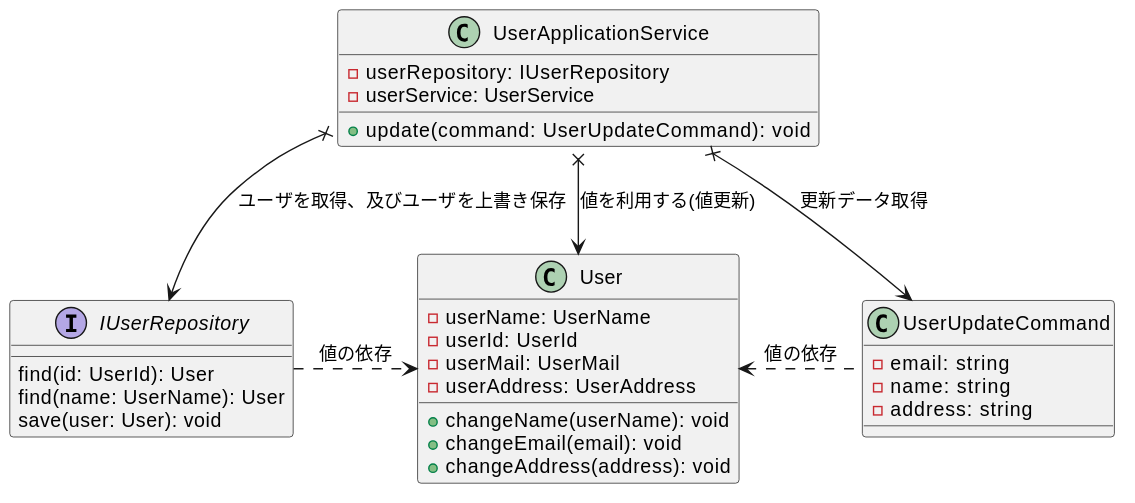
Above: diagrams/ch06-update-user.svg in Yuki-TU/ddd (PlantUML), before the change.
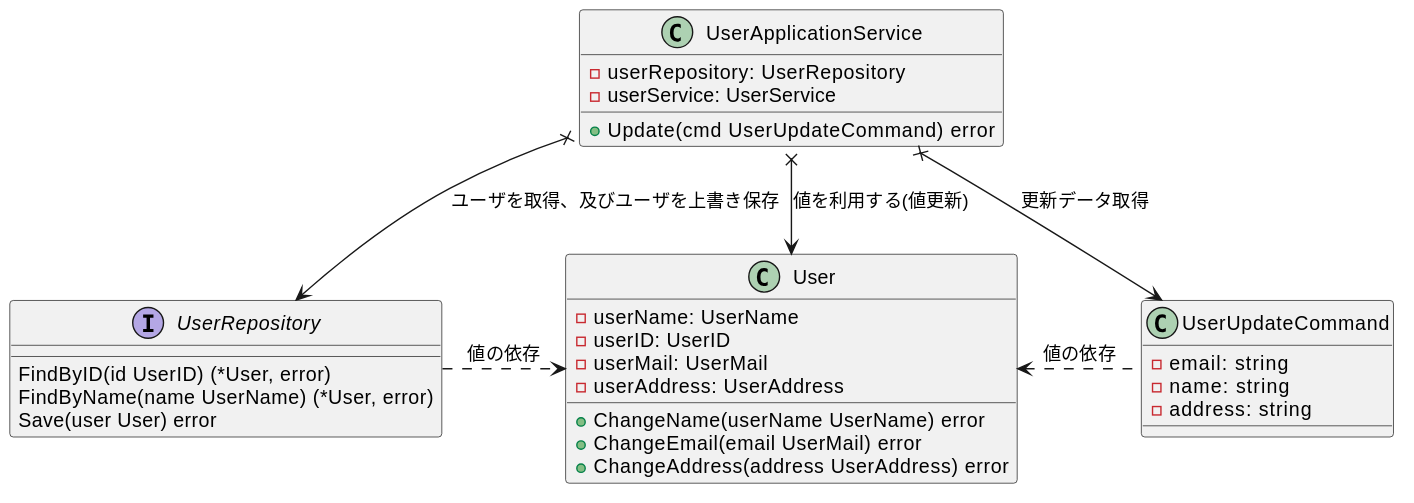
After the commit.

The edit, as a diff of the source:
```diff
@@ -1,8 +1,8 @@
 @startuml
 UserApplicationService x--> UserUpdateCommand: 更新データ取得
 UserApplicationService x--> User: 値を利用する(値更新)
-UserApplicationService x--> IUserRepository: ユーザを取得、及びユーザを上書き保存
-IUserRepository .> User: 値の依存
+UserApplicationService x--> UserRepository: ユーザを取得、及びユーザを上書き保存
+UserRepository .> User: 値の依存
 User <. UserUpdateCommand: 値の依存
 
 class UserUpdateCommand {
@@ -12,21 +12,21 @@
 }
 class User {
   - userName: UserName
-  - userId: UserId
+  - userID: UserID
   - userMail: UserMail
   - userAddress: UserAddress
-  + changeName(userName): void
-  + changeEmail(email): void
-  + changeAddress(address): void
+  + ChangeName(userName UserName) error
+  + ChangeEmail(email UserMail) error
+  + ChangeAddress(address UserAddress) error
 }
 class UserApplicationService {
-  - userRepository: IUserRepository
+  - userRepository: UserRepository
   - userService: UserService
-  + update(command: UserUpdateCommand): void
+  + Update(cmd UserUpdateCommand) error
 }
-interface IUserRepository {
-  find(id: UserId): User
-  find(name: UserName): User
-  save(user: User): void
+interface UserRepository {
+  FindByID(id UserID) (*User, error)
+  FindByName(name UserName) (*User, error)
+  Save(user User) error
 }
 @enduml
```
